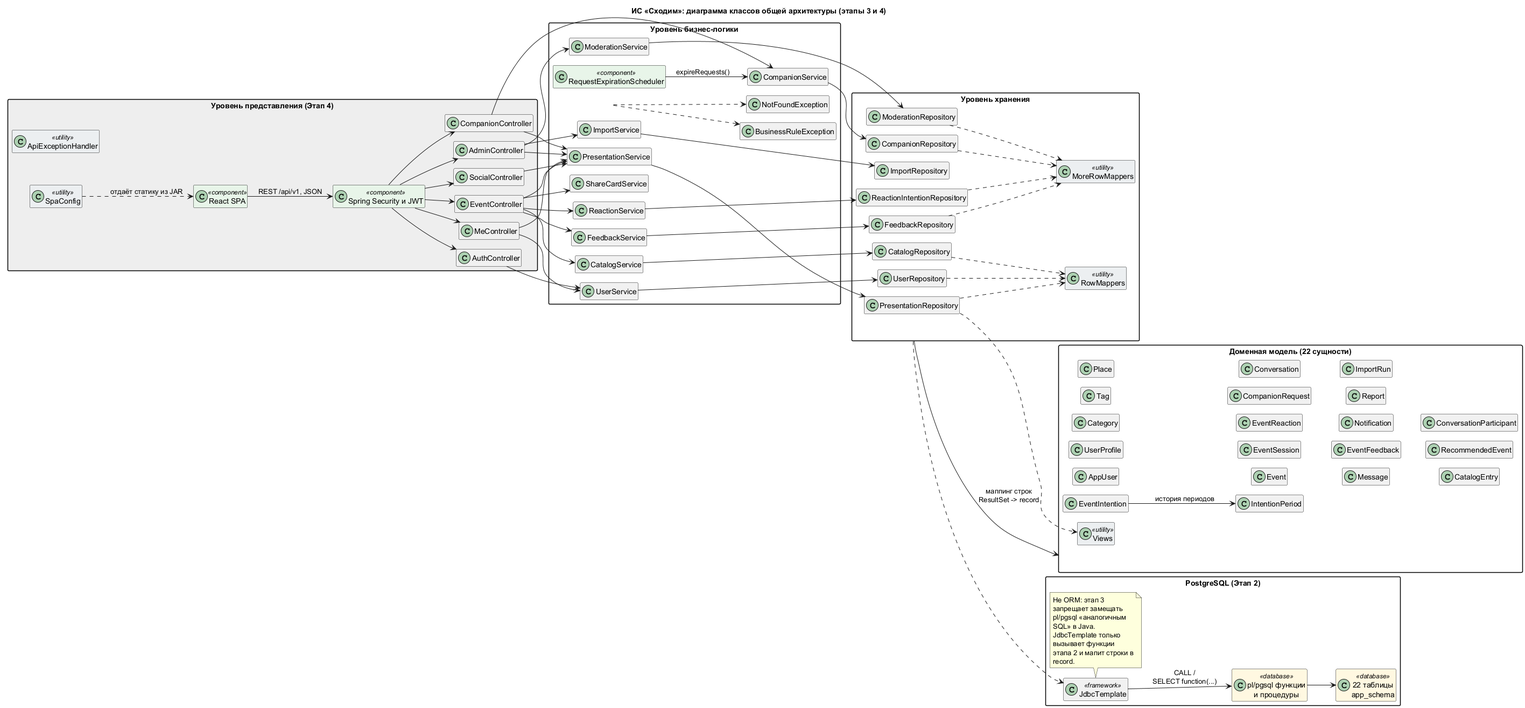
The PlantUML diagram docs/architecture.png in byTheTV/skhodim, before a commit.
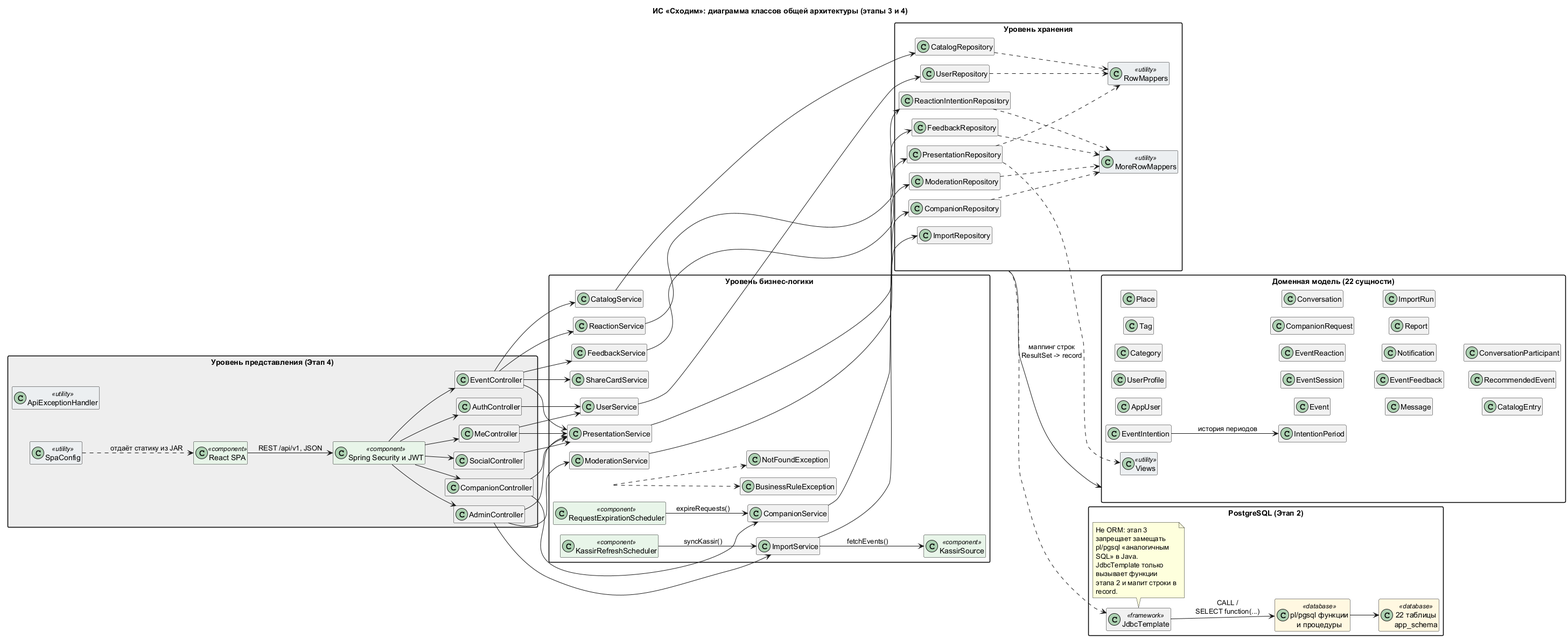
After the change.

The edit, as a diff of the source:
```diff
@@ -32,9 +32,11 @@
   class FeedbackService
   class ModerationService
   class ImportService
+  class KassirSource <<component>>
   class PresentationService
   class ShareCardService
   class RequestExpirationScheduler <<component>>
+  class KassirRefreshScheduler <<component>>
   class BusinessRuleException
   class NotFoundException
 }
@@ -118,6 +120,8 @@
 FeedbackService --> FeedbackRepository
 ModerationService --> ModerationRepository
 ImportService --> ImportRepository
+ImportService --> KassirSource : fetchEvents()
+KassirRefreshScheduler --> ImportService : syncKassir()
 PresentationService --> PresentationRepository
 RequestExpirationScheduler --> CompanionService : expireRequests()
 
```
